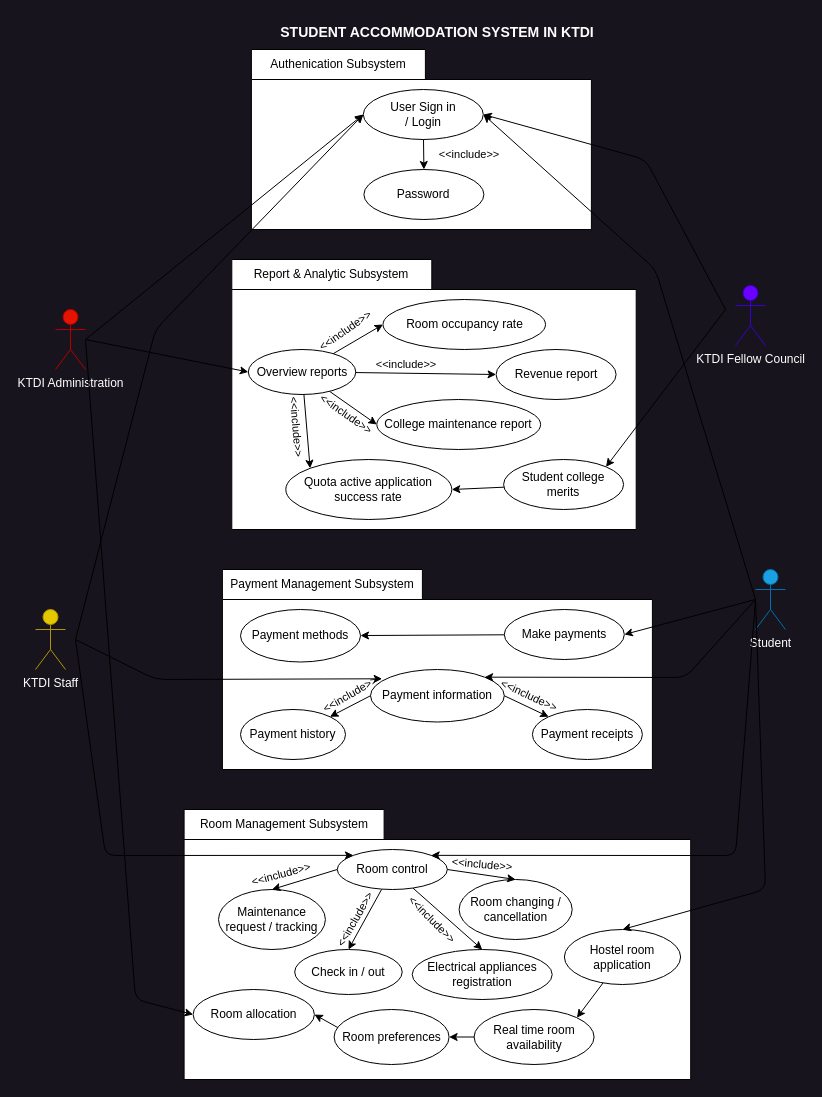
This is page "use_case1" (1 of 4) of project/drawio/stakeholder/UML.drawio from drshahizan/software-engineering, a draw.io file, before an edit. Source tidied: cells renumbered, new cells numbered last; positions are measured from the earlier drawing's top-left corner, leaving out a move shared by most shapes. Both pictures are drawn from the tidied source at 100%, with x=0, y=0 at pixel (35, 17).
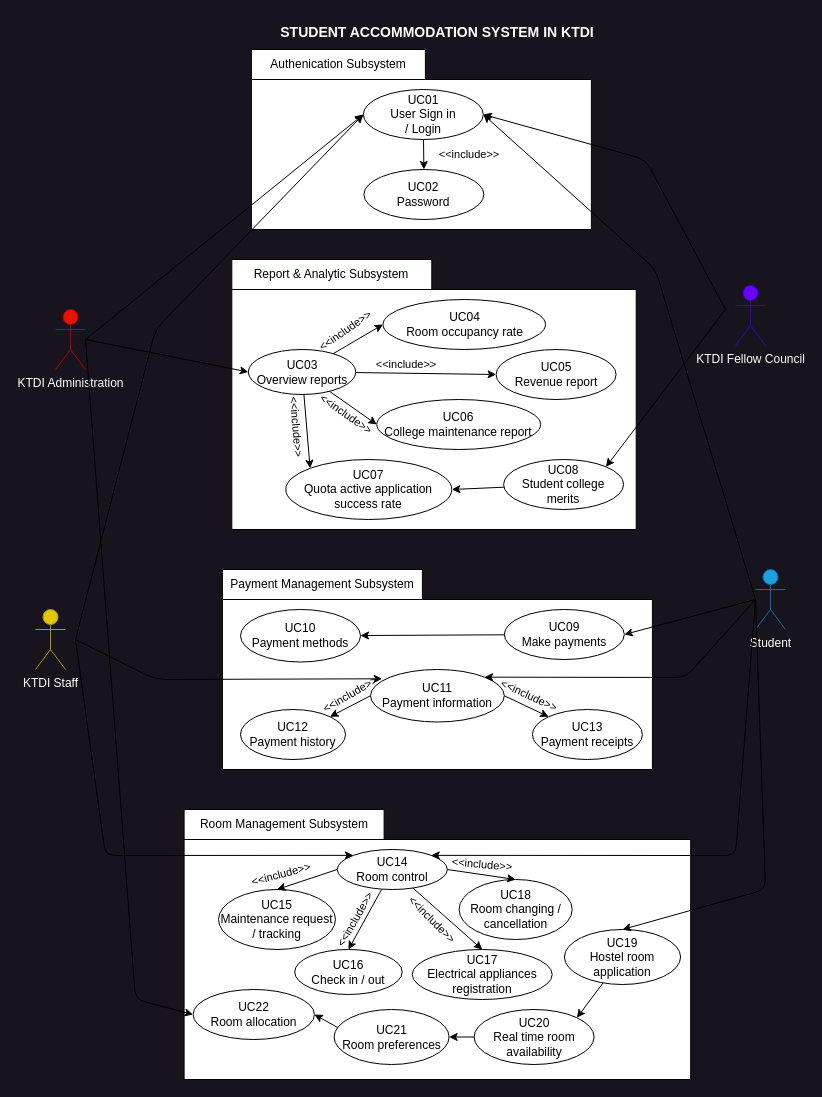
The same diagram, later.

The edit, as a diff of the source:
```diff
@@
-    <mxCell id="16" value="User Sign in / Login" style="text;html=1;strokeColor=none;fillColor=none;align=center;verticalAlign=middle;whiteSpace=wrap;rounded=0;" parent="1" vertex="1">
+    <mxCell id="16" value="UC01&lt;br&gt;User Sign in / Login" style="text;html=1;strokeColor=none;fillColor=none;align=center;verticalAlign=middle;whiteSpace=wrap;rounded=0;" parent="1" vertex="1">
       <mxGeometry x="352.8" y="82" width="70" height="30" as="geometry" />
     </mxCell>
@@
-    <mxCell id="18" value="Password" style="text;html=1;strokeColor=none;fillColor=none;align=center;verticalAlign=middle;whiteSpace=wrap;rounded=0;" parent="1" vertex="1">
+    <mxCell id="18" value="UC02&lt;br&gt;Password" style="text;html=1;strokeColor=none;fillColor=none;align=center;verticalAlign=middle;whiteSpace=wrap;rounded=0;" parent="1" vertex="1">
       <mxGeometry x="352.8" y="162" width="70" height="30" as="geometry" />
     </mxCell>
@@
-    <mxCell id="20" value="Make payments" style="ellipse;whiteSpace=wrap;html=1;fillColor=none;" parent="1" vertex="1">
+    <mxCell id="20" value="UC09&lt;br&gt;Make payments" style="ellipse;whiteSpace=wrap;html=1;fillColor=none;" parent="1" vertex="1">
       <mxGeometry x="468.8" y="592" width="120" height="50" as="geometry" />
     </mxCell>
@@
-    <mxCell id="22" value="Room occupancy rate" style="ellipse;whiteSpace=wrap;html=1;fillColor=none;" parent="1" vertex="1">
+    <mxCell id="22" value="UC04&lt;br&gt;Room occupancy rate" style="ellipse;whiteSpace=wrap;html=1;fillColor=none;" parent="1" vertex="1">
       <mxGeometry x="347.5" y="282" width="162.5" height="50" as="geometry" />
     </mxCell>
@@
-    <mxCell id="24" value="Check in / out" style="ellipse;whiteSpace=wrap;html=1;" parent="1" vertex="1">
+    <mxCell id="24" value="UC16&lt;br&gt;Check in / out" style="ellipse;whiteSpace=wrap;html=1;" parent="1" vertex="1">
       <mxGeometry x="259.2" y="932" width="107.5" height="45" as="geometry" />
     </mxCell>
-    <mxCell id="25" value="Payment receipts" style="ellipse;whiteSpace=wrap;html=1;fillColor=none;" parent="1" vertex="1">
+    <mxCell id="25" value="UC13&lt;br&gt;Payment receipts" style="ellipse;whiteSpace=wrap;html=1;fillColor=none;" parent="1" vertex="1">
       <mxGeometry x="496.9" y="692" width="110" height="50" as="geometry" />
     </mxCell>
-    <mxCell id="26" value="Payment methods" style="ellipse;whiteSpace=wrap;html=1;fillColor=none;" parent="1" vertex="1">
+    <mxCell id="26" value="UC10&lt;br&gt;Payment methods" style="ellipse;whiteSpace=wrap;html=1;fillColor=none;" parent="1" vertex="1">
       <mxGeometry x="205" y="592" width="120" height="52.5" as="geometry" />
     </mxCell>
-    <mxCell id="27" value="Maintenance request / tracking" style="ellipse;whiteSpace=wrap;html=1;" parent="1" vertex="1">
-      <mxGeometry x="183" y="872" width="106.9" height="60" as="geometry" />
+    <mxCell id="27" value="UC15&lt;br&gt;Maintenance request / tracking" style="ellipse;whiteSpace=wrap;html=1;" parent="1" vertex="1">
+      <mxGeometry x="183" y="872" width="117" height="60" as="geometry" />
     </mxCell>
-    <mxCell id="28" value="College maintenance report" style="ellipse;whiteSpace=wrap;html=1;fillColor=none;" parent="1" vertex="1">
+    <mxCell id="28" value="UC06&lt;br&gt;College maintenance report" style="ellipse;whiteSpace=wrap;html=1;fillColor=none;" parent="1" vertex="1">
       <mxGeometry x="341.3" y="382" width="163.8" height="50" as="geometry" />
     </mxCell>
-    <mxCell id="29" value="Payment history" style="ellipse;whiteSpace=wrap;html=1;fillColor=none;" parent="1" vertex="1">
+    <mxCell id="29" value="UC12&lt;br&gt;Payment history" style="ellipse;whiteSpace=wrap;html=1;fillColor=none;" parent="1" vertex="1">
       <mxGeometry x="205" y="692" width="105" height="50" as="geometry" />
     </mxCell>
-    <mxCell id="30" value="Revenue report" style="ellipse;whiteSpace=wrap;html=1;fillColor=none;" parent="1" vertex="1">
+    <mxCell id="30" value="UC05&lt;br&gt;Revenue report" style="ellipse;whiteSpace=wrap;html=1;fillColor=none;" parent="1" vertex="1">
       <mxGeometry x="460.6" y="332" width="120" height="50" as="geometry" />
     </mxCell>
@@
-    <mxCell id="32" value="Payment information" style="ellipse;whiteSpace=wrap;html=1;fillColor=none;" parent="1" vertex="1">
+    <mxCell id="32" value="UC11&lt;br&gt;Payment information" style="ellipse;whiteSpace=wrap;html=1;fillColor=none;" parent="1" vertex="1">
       <mxGeometry x="335" y="652" width="133.8" height="52.5" as="geometry" />
     </mxCell>
@@
-    <mxCell id="37" value="Overview reports" style="ellipse;whiteSpace=wrap;html=1;" parent="1" vertex="1">
+    <mxCell id="37" value="UC03&lt;br&gt;Overview reports" style="ellipse;whiteSpace=wrap;html=1;" parent="1" vertex="1">
       <mxGeometry x="212.8" y="332" width="107.5" height="45" as="geometry" />
     </mxCell>
@@
-    <mxCell id="46" value="Room control" style="ellipse;whiteSpace=wrap;html=1;" parent="1" vertex="1">
+    <mxCell id="46" value="UC14&lt;br&gt;Room control" style="ellipse;whiteSpace=wrap;html=1;" parent="1" vertex="1">
       <mxGeometry x="301.8" y="832" width="110" height="40" as="geometry" />
     </mxCell>
-    <mxCell id="47" value="Room changing / cancellation" style="ellipse;whiteSpace=wrap;html=1;" parent="1" vertex="1">
+    <mxCell id="47" value="UC18&lt;br&gt;Room changing / cancellation" style="ellipse;whiteSpace=wrap;html=1;" parent="1" vertex="1">
       <mxGeometry x="423.6" y="862" width="113.1" height="60" as="geometry" />
     </mxCell>
-    <mxCell id="48" value="Electrical appliances registration" style="ellipse;whiteSpace=wrap;html=1;" parent="1" vertex="1">
+    <mxCell id="48" value="UC17&lt;br&gt;Electrical appliances registration" style="ellipse;whiteSpace=wrap;html=1;" parent="1" vertex="1">
       <mxGeometry x="376.7" y="932" width="140" height="50" as="geometry" />
     </mxCell>
@@
-    <mxCell id="56" value="Quota active application success rate" style="ellipse;whiteSpace=wrap;html=1;fillColor=none;" parent="1" vertex="1">
+    <mxCell id="56" value="UC07&lt;br&gt;Quota active application success rate" style="ellipse;whiteSpace=wrap;html=1;fillColor=none;" parent="1" vertex="1">
       <mxGeometry x="250.3" y="442" width="166" height="60" as="geometry" />
     </mxCell>
@@
-    <mxCell id="58" value="Student college merits" style="ellipse;whiteSpace=wrap;html=1;fillColor=none;" parent="1" vertex="1">
+    <mxCell id="58" value="UC08&lt;br&gt;Student college merits" style="ellipse;whiteSpace=wrap;html=1;fillColor=none;" parent="1" vertex="1">
       <mxGeometry x="468.1" y="442" width="120" height="50" as="geometry" />
     </mxCell>
@@
-    <mxCell id="68" value="Real time room availability" style="ellipse;whiteSpace=wrap;html=1;" parent="1" vertex="1">
+    <mxCell id="68" value="UC20&lt;br&gt;Real time room availability" style="ellipse;whiteSpace=wrap;html=1;" parent="1" vertex="1">
       <mxGeometry x="438.6" y="992" width="120" height="55" as="geometry" />
     </mxCell>
@@
-    <mxCell id="70" value="Room preferences" style="ellipse;whiteSpace=wrap;html=1;" parent="1" vertex="1">
+    <mxCell id="70" value="UC21&lt;br&gt;Room preferences" style="ellipse;whiteSpace=wrap;html=1;" parent="1" vertex="1">
       <mxGeometry x="298.6" y="992" width="115" height="55" as="geometry" />
     </mxCell>
-    <mxCell id="71" value="Room allocation" style="ellipse;whiteSpace=wrap;html=1;" parent="1" vertex="1">
+    <mxCell id="71" value="UC22&lt;br&gt;Room allocation" style="ellipse;whiteSpace=wrap;html=1;" parent="1" vertex="1">
       <mxGeometry x="157.6" y="972" width="121.3" height="50" as="geometry" />
     </mxCell>
@@
-    <mxCell id="73" value="Hostel room application" style="ellipse;whiteSpace=wrap;html=1;" parent="1" vertex="1">
+    <mxCell id="73" value="UC19&lt;br&gt;Hostel room application" style="ellipse;whiteSpace=wrap;html=1;" parent="1" vertex="1">
       <mxGeometry x="528.9" y="912" width="116.2" height="55" as="geometry" />
     </mxCell>
```
